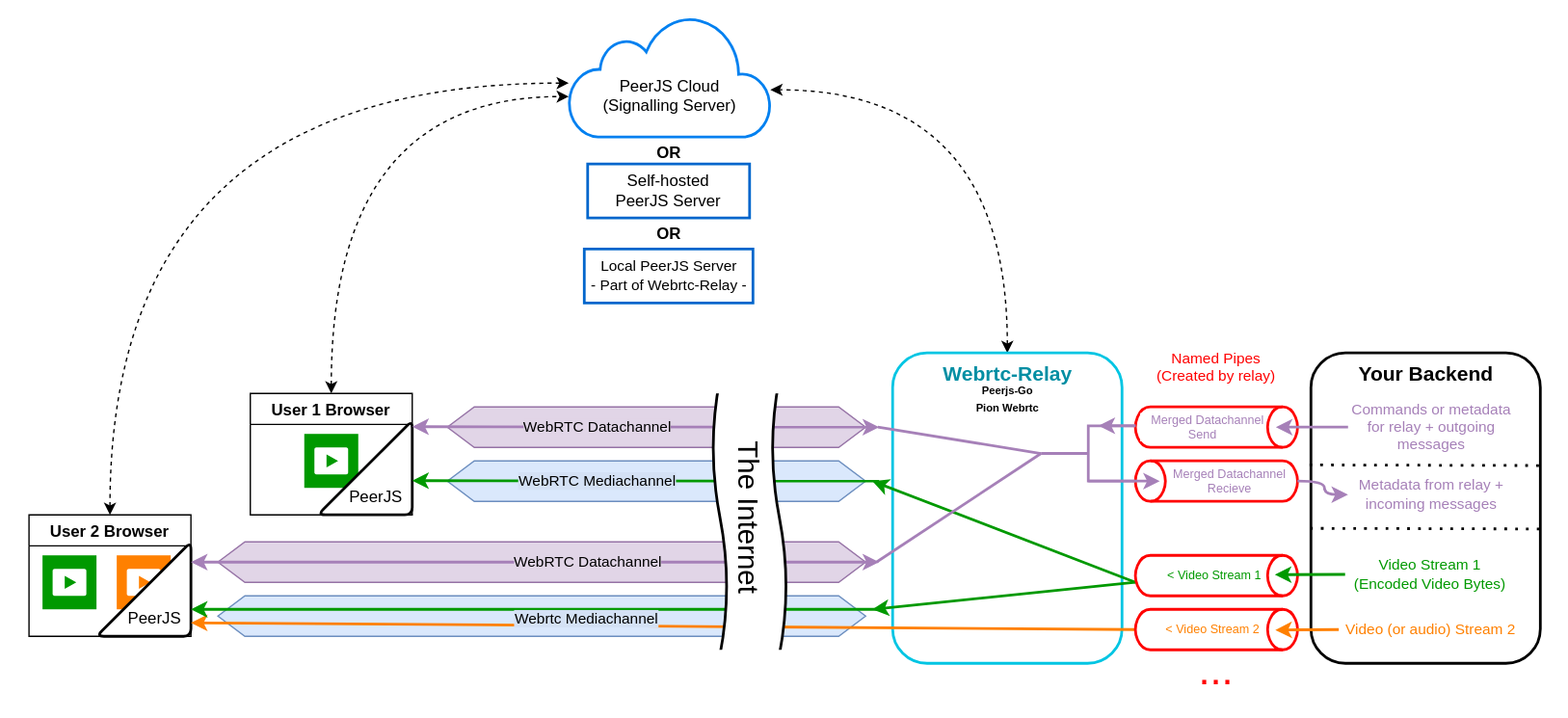
Earlier version of the draw.io export Docs/Images/Webrtc-Relay-Overview.drawio.svg (KW-M/webrtc-relay). Source tidied: cells renumbered, new cells last; positions are measured from the earlier drawing's top-left corner, leaving out a move shared by most shapes.
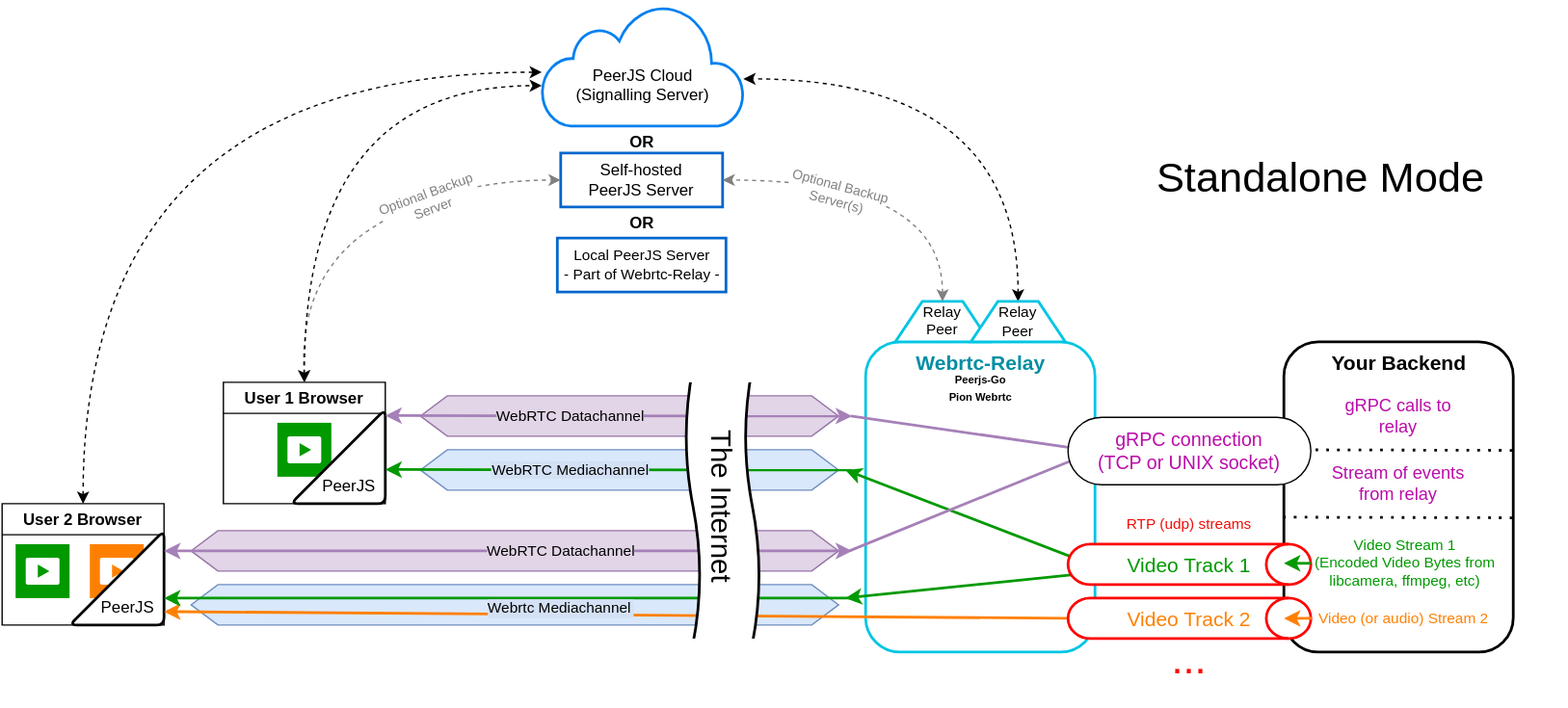
Above is the later version.

Change to the diagram source:
```diff
@@ -5,4 +5,7 @@
     <mxCell id="2" style="rounded=0;whiteSpace=wrap;html=1;shadow=0;glass=0;labelBackgroundColor=none;labelBorderColor=none;sketch=0;fontSize=31;fontColor=#FF0000;strokeColor=none;strokeWidth=2;fillColor=default;gradientColor=none;" parent="1" vertex="1">
-      <mxGeometry width="1160" height="515" as="geometry" />
+      <mxGeometry x="20" y="7.5" width="1160" height="515" as="geometry" />
     </mxCell>
+    <mxCell id="53" style="rounded=1;whiteSpace=wrap;html=1;labelBackgroundColor=none;labelBorderColor=none;strokeColor=#000000;strokeWidth=2;glass=0;sketch=0;shadow=0;" parent="1" vertex="1">
+      <mxGeometry x="970" y="260" width="170" height="230" as="geometry" />
+    </mxCell>
     <mxCell id="3" value="&lt;p style=&quot;line-height: 0.4;&quot;&gt;&lt;font style=&quot;font-size: 8px;&quot; color=&quot;#000000&quot;&gt;Peerjs-Go&lt;br&gt; Pion Webrtc&lt;br&gt;&lt;/font&gt;&lt;/p&gt;" style="text;strokeColor=none;fillColor=none;html=1;fontSize=24;fontStyle=1;verticalAlign=middle;align=center;rounded=1;shadow=0;glass=0;labelBackgroundColor=#FFFFFF;labelBorderColor=none;sketch=0;fontColor=#FF8000;" parent="1" vertex="1">
@@ -13,9 +16,2 @@
     </mxCell>
-    <mxCell id="5" style="edgeStyle=orthogonalEdgeStyle;jettySize=auto;html=1;entryX=0;entryY=0.667;entryDx=0;entryDy=0;entryPerimeter=0;startArrow=classic;startFill=1;dashed=1;curved=1;" parent="1" edge="1" source="6" target="23">
-      <mxGeometry relative="1" as="geometry">
-        <Array as="points">
-          <mxPoint x="244" y="70" />
-        </Array>
-      </mxGeometry>
-    </mxCell>
     <mxCell id="6" value="User 1 Browser" style="swimlane;" parent="1" vertex="1">
@@ -94,3 +90,3 @@
     </mxCell>
-    <mxCell id="26" style="edgeStyle=orthogonalEdgeStyle;curved=1;jettySize=auto;html=1;entryX=0.996;entryY=0.611;entryDx=0;entryDy=0;entryPerimeter=0;dashed=1;startArrow=classic;startFill=1;endArrow=classic;endFill=1;strokeColor=#000000;exitX=0.5;exitY=0;exitDx=0;exitDy=0;" parent="1" edge="1" source="27" target="23">
+    <mxCell id="26" style="edgeStyle=orthogonalEdgeStyle;curved=1;jettySize=auto;html=1;entryX=0.996;entryY=0.611;entryDx=0;entryDy=0;entryPerimeter=0;dashed=1;startArrow=classic;startFill=1;endArrow=classic;endFill=1;strokeColor=#000000;exitX=0.5;exitY=0;exitDx=0;exitDy=0;" parent="1" edge="1" source="71" target="23">
       <mxGeometry relative="1" as="geometry" />
@@ -128,3 +124,3 @@
     </mxCell>
-    <mxCell id="34" value="&lt;div&gt;Webrtc Mediachannel&lt;/div&gt;" style="edgeLabel;html=1;align=center;verticalAlign=middle;labelBackgroundColor=#D4E1F5;" parent="33" vertex="1">
+    <mxCell id="34" value="Webrtc Mediachannel" style="edgeLabel;align=center;verticalAlign=middle;labelBackgroundColor=#D4E1F5;" parent="33" vertex="1">
       <mxGeometry relative="1" as="geometry">
@@ -160,15 +156,9 @@
     </mxCell>
-    <mxCell id="42" value="&lt;div style=&quot;font-size: 9px;&quot;&gt;&lt;font style=&quot;font-size: 9px;&quot; color=&quot;#009900&quot;&gt;&amp;lt; Video Stream 1&amp;nbsp; &lt;br&gt;&lt;/font&gt;&lt;/div&gt;" style="strokeWidth=2;html=1;shape=mxgraph.flowchart.direct_data;whiteSpace=wrap;rounded=1;shadow=0;glass=0;labelBackgroundColor=#FFFFFF;labelBorderColor=none;sketch=0;fontSize=21;fillColor=default;gradientColor=none;strokeColor=#FF0000;" parent="1" vertex="1">
-      <mxGeometry x="840" y="410" width="120" height="30" as="geometry" />
+    <mxCell id="42" value="Video Track 1&#10;" style="strokeWidth=2;shape=mxgraph.flowchart.direct_data;whiteSpace=wrap;rounded=1;shadow=0;glass=0;labelBackgroundColor=none;labelBorderColor=none;sketch=0;fontSize=15;fillColor=default;gradientColor=none;strokeColor=#FF0000;fontColor=#009900;verticalAlign=top;" parent="1" vertex="1">
+      <mxGeometry x="810" y="410" width="180" height="30" as="geometry" />
     </mxCell>
-    <mxCell id="43" value="&lt;div style=&quot;font-size: 9px;&quot;&gt;&lt;font style=&quot;font-size: 9px;&quot; color=&quot;#FF8000&quot;&gt;&amp;lt; Video Stream 2&amp;nbsp;&amp;nbsp; &lt;br&gt;&lt;/font&gt;&lt;/div&gt;" style="strokeWidth=2;html=1;shape=mxgraph.flowchart.direct_data;whiteSpace=wrap;rounded=1;shadow=0;glass=0;labelBackgroundColor=#FFFFFF;labelBorderColor=none;sketch=0;fontSize=21;fillColor=default;gradientColor=none;strokeColor=#FF0000;" parent="1" vertex="1">
-      <mxGeometry x="840" y="450" width="120" height="30" as="geometry" />
+    <mxCell id="43" value="Video Track 2" style="strokeWidth=2;shape=mxgraph.flowchart.direct_data;whiteSpace=wrap;rounded=1;shadow=0;glass=0;labelBackgroundColor=none;labelBorderColor=none;sketch=0;fontSize=15;fillColor=default;gradientColor=none;strokeColor=#FF0000;fontColor=#FF8000;" parent="1" vertex="1">
+      <mxGeometry x="810" y="450" width="180" height="30" as="geometry" />
     </mxCell>
-    <mxCell id="44" style="strokeWidth=2;html=1;shape=mxgraph.flowchart.direct_data;whiteSpace=wrap;rounded=1;shadow=0;glass=0;labelBackgroundColor=#FFFFFF;labelBorderColor=none;sketch=0;fontSize=21;fillColor=default;gradientColor=none;strokeColor=#FF0000;align=left;" parent="1" vertex="1">
-      <mxGeometry x="840" y="300" width="120" height="30" as="geometry" />
-    </mxCell>
-    <mxCell id="45" style="strokeWidth=2;html=1;shape=mxgraph.flowchart.direct_data;whiteSpace=wrap;rounded=1;shadow=0;glass=0;labelBackgroundColor=#FFFFFF;labelBorderColor=none;sketch=0;fontSize=21;fillColor=default;gradientColor=none;strokeColor=#FF0000;rotation=-180;" parent="1" vertex="1">
-      <mxGeometry x="840" y="340" width="120" height="30" as="geometry" />
-    </mxCell>
-    <mxCell id="46" style="endArrow=none;html=1;fontSize=11;fontColor=#A680B8;strokeColor=#A680B8;curved=1;entryX=0;entryY=0.5;entryDx=0;entryDy=0;entryPerimeter=0;strokeWidth=2;" parent="1" edge="1" target="48">
+    <mxCell id="46" style="endArrow=none;html=1;fontSize=11;fontColor=#A680B8;strokeColor=#A680B8;curved=1;entryX=0;entryY=0.5;entryDx=0;entryDy=0;strokeWidth=2;" parent="1" edge="1" target="65">
       <mxGeometry relative="1" as="geometry">
@@ -177,3 +167,3 @@
     </mxCell>
-    <mxCell id="47" style="endArrow=none;html=1;fontSize=11;fontColor=#A680B8;strokeColor=#A680B8;curved=1;entryX=0;entryY=0.5;entryDx=0;entryDy=0;entryPerimeter=0;strokeWidth=2;" parent="1" edge="1" target="48">
+    <mxCell id="47" style="endArrow=none;html=1;fontSize=11;fontColor=#A680B8;strokeColor=#A680B8;curved=1;entryX=0;entryY=0.5;entryDx=0;entryDy=0;strokeWidth=2;" parent="1" edge="1" target="65">
       <mxGeometry relative="1" as="geometry">
@@ -182,22 +172,2 @@
     </mxCell>
-    <mxCell id="48" style="strokeWidth=2;html=1;shape=mxgraph.flowchart.annotation_2;align=left;labelPosition=right;rounded=1;shadow=0;glass=0;labelBackgroundColor=#FFFFFF;labelBorderColor=none;sketch=0;fontSize=11;fontColor=#A680B8;fillColor=default;gradientColor=none;strokeColor=#A680B8;" parent="1" vertex="1">
-      <mxGeometry x="770" y="314" width="70" height="41" as="geometry" />
-    </mxCell>
-    <mxCell id="49" style="edgeStyle=orthogonalEdgeStyle;curved=1;orthogonalLoop=1;jettySize=auto;html=1;exitX=1;exitY=0;exitDx=0;exitDy=0;exitPerimeter=0;entryX=0.609;entryY=0.012;entryDx=0;entryDy=0;entryPerimeter=0;fontSize=11;fontColor=#A680B8;startArrow=none;startFill=0;endArrow=classic;endFill=1;strokeColor=#A680B8;strokeWidth=2;" parent="1" edge="1" source="48" target="48">
-      <mxGeometry relative="1" as="geometry" />
-    </mxCell>
-    <mxCell id="50" style="endArrow=classic;html=1;fontSize=11;fontColor=#A680B8;strokeColor=#A680B8;strokeWidth=2;curved=1;exitX=0.5;exitY=1;exitDx=0;exitDy=0;exitPerimeter=0;" parent="1" edge="1" source="48">
-      <mxGeometry relative="1" as="geometry">
-        <mxPoint x="858" y="355" as="targetPoint" />
-      </mxGeometry>
-    </mxCell>
-    <mxCell id="51" value="&lt;div style=&quot;font-size: 9px;&quot; align=&quot;left&quot;&gt;&lt;font style=&quot;font-size: 9px;&quot; color=&quot;#A680B8&quot;&gt;&amp;nbsp;&amp;nbsp; Merged Datachannel&lt;/font&gt;&lt;/div&gt;&lt;div style=&quot;font-size: 9px;&quot; align=&quot;left&quot;&gt;&lt;font style=&quot;font-size: 9px;&quot; color=&quot;#A680B8&quot;&gt;&amp;nbsp;&amp;nbsp;&amp;nbsp;&amp;nbsp;&amp;nbsp;&amp;nbsp;&amp;nbsp;&amp;nbsp;&amp;nbsp;&amp;nbsp;&amp;nbsp;&amp;nbsp;&amp;nbsp; Send &amp;nbsp; &lt;br&gt;&lt;/font&gt;&lt;/div&gt;" style="text;html=1;strokeColor=none;fillColor=none;align=center;verticalAlign=middle;whiteSpace=wrap;rounded=0;shadow=0;glass=0;labelBackgroundColor=#FFFFFF;labelBorderColor=none;sketch=0;fontSize=11;fontColor=#A680B8;" parent="1" vertex="1">
-      <mxGeometry x="840" y="300" width="100" height="30" as="geometry" />
-    </mxCell>
-    <mxCell id="52" value="&lt;div style=&quot;font-size: 9px;&quot; align=&quot;center&quot;&gt;&lt;font style=&quot;font-size: 9px;&quot; color=&quot;#A680B8&quot;&gt;Merged Datachannel&lt;/font&gt;&lt;/div&gt;&lt;div style=&quot;font-size: 9px;&quot; align=&quot;center&quot;&gt;&lt;font style=&quot;font-size: 9px;&quot; color=&quot;#A680B8&quot;&gt;Recieve &lt;br&gt;&lt;/font&gt;&lt;/div&gt;" style="text;html=1;strokeColor=none;fillColor=none;align=center;verticalAlign=middle;whiteSpace=wrap;rounded=0;shadow=0;glass=0;labelBackgroundColor=#FFFFFF;labelBorderColor=none;sketch=0;fontSize=11;fontColor=#A680B8;" parent="1" vertex="1">
-      <mxGeometry x="860" y="340" width="100" height="30" as="geometry" />
-    </mxCell>
-    <mxCell id="53" style="rounded=1;whiteSpace=wrap;html=1;labelBackgroundColor=none;labelBorderColor=none;strokeColor=#000000;strokeWidth=2;glass=0;sketch=0;shadow=0;" parent="1" vertex="1">
-      <mxGeometry x="970" y="260" width="170" height="230" as="geometry" />
-    </mxCell>
     <mxCell id="54" value="&lt;div style=&quot;font-size: 15px;&quot;&gt;&lt;font style=&quot;font-size: 15px;&quot; color=&quot;#000000&quot;&gt;Your Backend&lt;/font&gt;&lt;/div&gt;" style="text;strokeColor=none;fillColor=none;html=1;fontSize=24;fontStyle=1;verticalAlign=middle;align=center;rounded=1;shadow=0;glass=0;labelBackgroundColor=#FFFFFF;labelBorderColor=none;sketch=0;fontColor=#FF8000;" parent="1" vertex="1">
@@ -205,16 +175,8 @@
     </mxCell>
-    <mxCell id="55" style="edgeStyle=orthogonalEdgeStyle;curved=1;jettySize=auto;html=1;fontSize=11;fontColor=#A680B8;startArrow=none;startFill=0;endArrow=classic;endFill=1;strokeColor=#A680B8;strokeWidth=2;" parent="1" edge="1" source="56">
-      <mxGeometry relative="1" as="geometry">
-        <mxPoint x="944" y="315" as="targetPoint" />
-      </mxGeometry>
-    </mxCell>
-    <mxCell id="56" value="Commands or metadata for relay  + outgoing messages " style="text;html=1;strokeColor=none;fillColor=none;align=center;verticalAlign=middle;whiteSpace=wrap;rounded=0;shadow=0;glass=0;labelBackgroundColor=#FFFFFF;labelBorderColor=none;sketch=0;fontSize=11;fontColor=#A680B8;" parent="1" vertex="1">
-      <mxGeometry x="997.5" y="300" width="122.5" height="30" as="geometry" />
+    <mxCell id="56" value="gRPC calls to relay" style="text;html=1;strokeColor=none;fillColor=none;align=center;verticalAlign=middle;whiteSpace=wrap;rounded=0;shadow=0;glass=0;labelBackgroundColor=none;labelBorderColor=none;sketch=0;fontSize=13;fontColor=#BA0DA9;" parent="1" vertex="1">
+      <mxGeometry x="1005" y="290" width="100" height="50" as="geometry" />
     </mxCell>
-    <mxCell id="57" value="Metadata from relay + incoming messages " style="text;html=1;strokeColor=none;fillColor=none;align=center;verticalAlign=middle;whiteSpace=wrap;rounded=0;shadow=0;glass=0;labelBackgroundColor=#FFFFFF;labelBorderColor=none;sketch=0;fontSize=11;fontColor=#A680B8;" parent="1" vertex="1">
-      <mxGeometry x="997.5" y="350" width="122.5" height="30" as="geometry" />
+    <mxCell id="57" value="&lt;div style=&quot;font-size: 13px;&quot;&gt;Stream of events from relay&lt;/div&gt;" style="text;html=1;strokeColor=none;fillColor=none;align=center;verticalAlign=middle;whiteSpace=wrap;rounded=0;shadow=0;glass=0;labelBackgroundColor=none;labelBorderColor=none;sketch=0;fontSize=13;fontColor=#BA0DA9;" parent="1" vertex="1">
+      <mxGeometry x="1000" y="340" width="110" height="50" as="geometry" />
     </mxCell>
-    <mxCell id="58" style="edgeStyle=orthogonalEdgeStyle;curved=1;jettySize=auto;html=1;fontSize=11;fontColor=#A680B8;startArrow=none;startFill=0;endArrow=classic;endFill=1;strokeColor=#A680B8;strokeWidth=2;" parent="1" edge="1" source="52" target="57">
-      <mxGeometry relative="1" as="geometry" />
-    </mxCell>
     <mxCell id="59" style="endArrow=none;dashed=1;html=1;dashPattern=1 3;strokeWidth=2;fontSize=11;fontColor=#A680B8;curved=1;entryX=1.006;entryY=0.339;entryDx=0;entryDy=0;entryPerimeter=0;exitX=0.003;exitY=0.337;exitDx=0;exitDy=0;exitPerimeter=0;" parent="1" edge="1">
@@ -227,7 +189,7 @@
       <mxGeometry relative="1" as="geometry">
-        <mxPoint x="943.3" y="424.4" as="targetPoint" />
+        <mxPoint x="970" y="424" as="targetPoint" />
       </mxGeometry>
     </mxCell>
-    <mxCell id="61" value="&lt;div&gt;&lt;font color=&quot;#009900&quot;&gt;Video Stream 1&lt;/font&gt;&lt;/div&gt;&lt;div&gt;&lt;font color=&quot;#009900&quot;&gt;(Encoded Video Bytes)&lt;/font&gt;&lt;/div&gt;" style="text;html=1;strokeColor=none;fillColor=none;align=center;verticalAlign=middle;whiteSpace=wrap;rounded=0;shadow=0;glass=0;labelBackgroundColor=#FFFFFF;labelBorderColor=none;sketch=0;fontSize=11;fontColor=#A680B8;" parent="1" vertex="1">
-      <mxGeometry x="995.3" y="409.2" width="126.9" height="30" as="geometry" />
+    <mxCell id="61" value="Video Stream 1&#10;(Encoded Video Bytes from libcamera, ffmpeg, etc)" style="text;strokeColor=none;fillColor=none;align=center;verticalAlign=middle;whiteSpace=wrap;rounded=0;shadow=0;glass=0;labelBackgroundColor=none;labelBorderColor=none;sketch=0;fontSize=11;fontColor=#009900;" parent="1" vertex="1">
+      <mxGeometry x="990" y="409.2" width="140" height="30" as="geometry" />
     </mxCell>
@@ -235,6 +197,6 @@
       <mxGeometry relative="1" as="geometry">
-        <mxPoint x="943.6" y="465.4" as="targetPoint" />
+        <mxPoint x="970" y="465" as="targetPoint" />
       </mxGeometry>
     </mxCell>
-    <mxCell id="63" value="&lt;div&gt;&lt;font color=&quot;#FF8000&quot;&gt;Video (or audio) Stream 2&lt;/font&gt;&lt;/div&gt;" style="text;html=1;strokeColor=none;fillColor=none;align=center;verticalAlign=middle;whiteSpace=wrap;rounded=0;shadow=0;glass=0;labelBackgroundColor=#FFFFFF;labelBorderColor=none;sketch=0;fontSize=11;fontColor=#A680B8;" parent="1" vertex="1">
+    <mxCell id="63" value="Video (or audio) Stream 2" style="text;strokeColor=none;fillColor=none;align=center;verticalAlign=middle;whiteSpace=wrap;rounded=0;shadow=0;glass=0;labelBackgroundColor=none;labelBorderColor=none;sketch=0;fontSize=11;fontColor=#FF8000;" parent="1" vertex="1">
       <mxGeometry x="990.6" y="450" width="136.2" height="30" as="geometry" />
@@ -243,9 +205,6 @@
       <mxGeometry relative="1" as="geometry">
-        <mxPoint x="969" y="343" as="sourcePoint" />
-        <mxPoint x="1139.5" y="343.5" as="targetPoint" />
+        <mxPoint x="969.5" y="340" as="sourcePoint" />
+        <mxPoint x="1140" y="340.5" as="targetPoint" />
       </mxGeometry>
     </mxCell>
-    <mxCell id="65" value="&lt;p style=&quot;line-height: 0.2;&quot;&gt;&lt;/p&gt;&lt;div&gt;&lt;font style=&quot;font-size: 11px;&quot; color=&quot;#FF0000&quot;&gt;Named Pipes &lt;br&gt;&lt;/font&gt;&lt;/div&gt;&lt;div&gt;&lt;font style=&quot;font-size: 11px;&quot; color=&quot;#FF0000&quot;&gt;(Created by relay)&lt;/font&gt;&lt;/div&gt;" style="text;html=1;strokeColor=none;fillColor=none;align=center;verticalAlign=middle;whiteSpace=wrap;rounded=0;shadow=0;glass=0;labelBackgroundColor=#FFFFFF;labelBorderColor=none;sketch=0;fontSize=11;fontColor=#FF8000;" parent="1" vertex="1">
-      <mxGeometry x="830" y="250" width="140" height="30" as="geometry" />
-    </mxCell>
     <mxCell id="66" style="edgeStyle=orthogonalEdgeStyle;curved=1;orthogonalLoop=1;jettySize=auto;html=1;exitX=0.5;exitY=1;exitDx=0;exitDy=0;fontSize=31;fontColor=#FF0000;startArrow=none;startFill=0;endArrow=classic;endFill=1;strokeColor=#009900;strokeWidth=2;" parent="1" edge="1" source="4" target="4">
@@ -256,2 +215,48 @@
     </mxCell>
+    <mxCell id="68" style="rounded=1;whiteSpace=wrap;html=1;fontColor=#FF1CD9;arcSize=50;" parent="1" vertex="1">
+      <mxGeometry x="810" y="316" width="180" height="50" as="geometry" />
+    </mxCell>
+    <mxCell id="65" value="gRPC connection&#10;(TCP or UNIX socket)" style="text;strokeColor=none;fillColor=none;align=center;verticalAlign=middle;whiteSpace=wrap;rounded=0;shadow=0;glass=0;labelBackgroundColor=none;labelBorderColor=none;sketch=0;fontSize=14;fontColor=#BA0DA9;" parent="1" vertex="1">
+      <mxGeometry x="830" y="316" width="140" height="50" as="geometry" />
+    </mxCell>
+    <mxCell id="69" value="&lt;div&gt;RTP (udp) streams&lt;/div&gt;" style="text;html=1;strokeColor=none;fillColor=none;align=center;verticalAlign=middle;whiteSpace=wrap;rounded=0;shadow=0;glass=0;labelBackgroundColor=none;labelBorderColor=none;sketch=0;fontSize=11;fontColor=#F00F07;" parent="1" vertex="1">
+      <mxGeometry x="830" y="380" width="140" height="30" as="geometry" />
+    </mxCell>
+    <mxCell id="70" value="Relay &#10;Peer" style="shape=trapezoid;perimeter=trapezoidPerimeter;fixedSize=1;labelBackgroundColor=none;fontSize=11;fontColor=default;strokeColor=#00C5E3;strokeWidth=2;comic=0;verticalAlign=bottom;" parent="1" vertex="1">
+      <mxGeometry x="682" y="230" width="70" height="30" as="geometry" />
+    </mxCell>
+    <mxCell id="71" value="Relay&#10;Peer" style="shape=trapezoid;perimeter=trapezoidPerimeter;whiteSpace=wrap;fixedSize=1;labelBackgroundColor=none;fontSize=11;fontColor=default;strokeColor=#00C5E3;strokeWidth=2;" parent="1" vertex="1">
+      <mxGeometry x="738" y="230" width="70" height="30" as="geometry" />
+    </mxCell>
+    <mxCell id="72" style="edgeStyle=orthogonalEdgeStyle;curved=1;jettySize=auto;html=1;entryX=1;entryY=0.5;entryDx=0;entryDy=0;dashed=1;startArrow=classic;startFill=1;endArrow=classic;endFill=1;strokeColor=#808080;exitX=0.5;exitY=0;exitDx=0;exitDy=0;" parent="1" edge="1" source="70" target="25">
+      <mxGeometry relative="1" as="geometry" />
+    </mxCell>
+    <mxCell id="73" style="curved=1;endArrow=classic;html=1;rounded=1;fontSize=11;fontColor=default;strokeColor=#808080;entryX=0;entryY=0.5;entryDx=0;entryDy=0;exitX=0.5;exitY=0;exitDx=0;exitDy=0;dashed=1;startArrow=classic;startFill=1;endFill=1;" parent="1" edge="1" source="6" target="25">
+      <mxGeometry relative="1" as="geometry">
+        <Array as="points">
+          <mxPoint x="240" y="210" />
+          <mxPoint x="350" y="140" />
+        </Array>
+      </mxGeometry>
+    </mxCell>
+    <mxCell id="74" value="&lt;div style=&quot;font-size: 10px;&quot;&gt;Optional Backup&lt;/div&gt;&lt;div style=&quot;font-size: 10px;&quot;&gt;&amp;nbsp;Server&lt;/div&gt;" style="edgeLabel;html=1;align=center;verticalAlign=middle;fontSize=10;fontColor=#808080;rotation=-20.2;labelBackgroundColor=default;" parent="73" vertex="1">
+      <mxGeometry x="0.37" y="-7" relative="1" as="geometry">
+        <mxPoint x="-12" y="6" as="offset" />
+      </mxGeometry>
+    </mxCell>
+    <mxCell id="5" style="edgeStyle=orthogonalEdgeStyle;jettySize=auto;html=1;entryX=0;entryY=0.667;entryDx=0;entryDy=0;entryPerimeter=0;startArrow=classic;startFill=1;dashed=1;curved=1;" parent="1" edge="1" source="6" target="23">
+      <mxGeometry relative="1" as="geometry">
+        <Array as="points">
+          <mxPoint x="244" y="70" />
+        </Array>
+      </mxGeometry>
+    </mxCell>
+    <mxCell id="75" value="Standalone Mode" style="text;html=1;align=center;verticalAlign=middle;strokeColor=none;fillColor=none;fontSize=31;fontColor=default;" parent="1" vertex="1">
+      <mxGeometry x="866.9" y="118" width="260" height="40" as="geometry" />
+    </mxCell>
+    <mxCell id="76" value="&lt;div style=&quot;font-size: 10px;&quot;&gt;Optional Backup &lt;br&gt;&lt;/div&gt;&lt;div style=&quot;font-size: 10px;&quot;&gt;Server(s)&lt;/div&gt;" style="edgeLabel;html=1;align=center;verticalAlign=middle;fontSize=10;fontColor=#808080;rotation=15;labelBackgroundColor=default;" parent="1" vertex="1">
+      <mxGeometry x="640" y="150" as="geometry">
+        <mxPoint x="-1.1" y="-0.9" as="offset" />
+      </mxGeometry>
+    </mxCell>
   </root>
```
